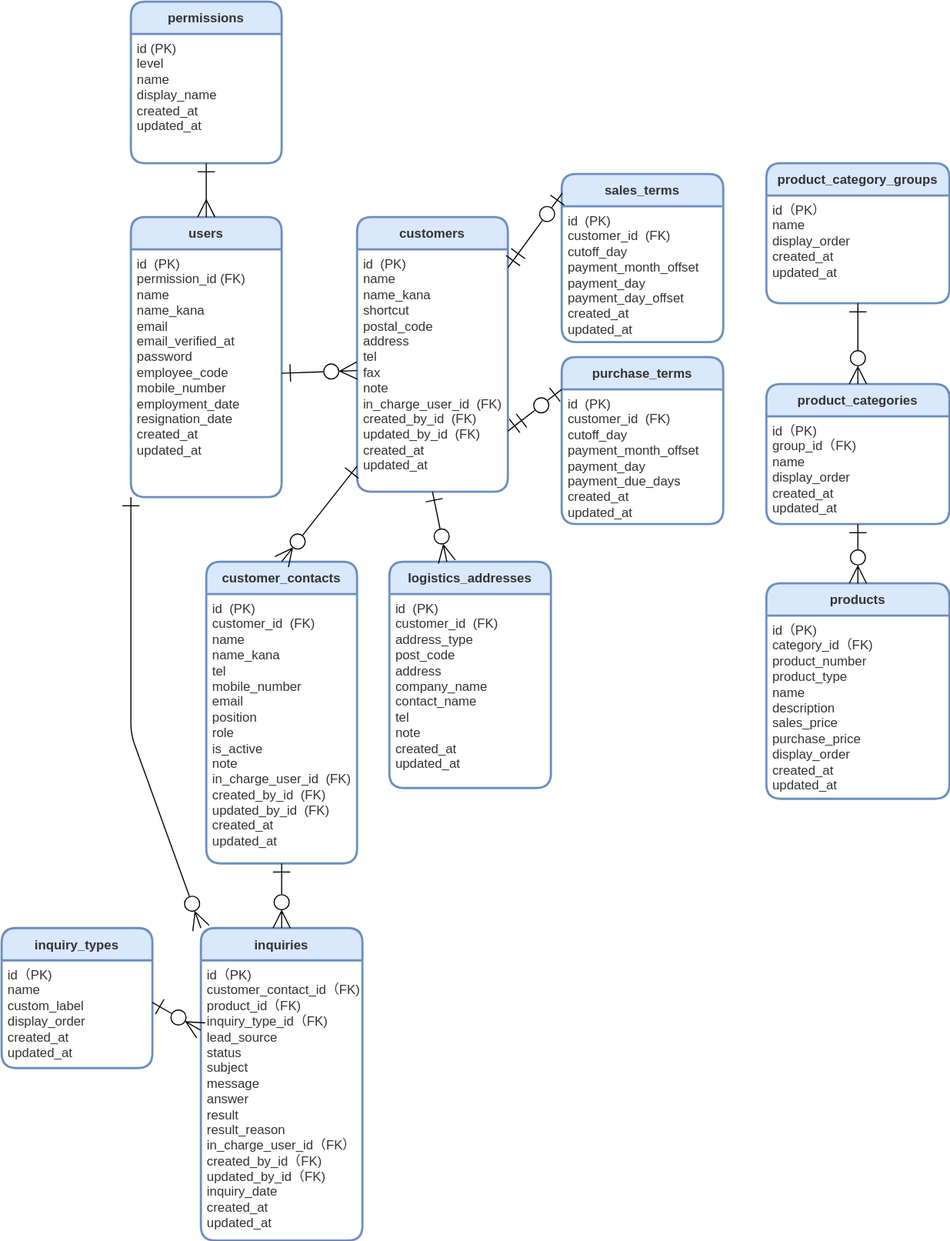
Before: src/docs/ER.drawio.svg, a diagram exported from draw.io (ryo-tom/flagship). Source tidied: cells renumbered, new cells last; positions are measured from the earlier drawing's top-left corner, leaving out a move shared by most shapes.
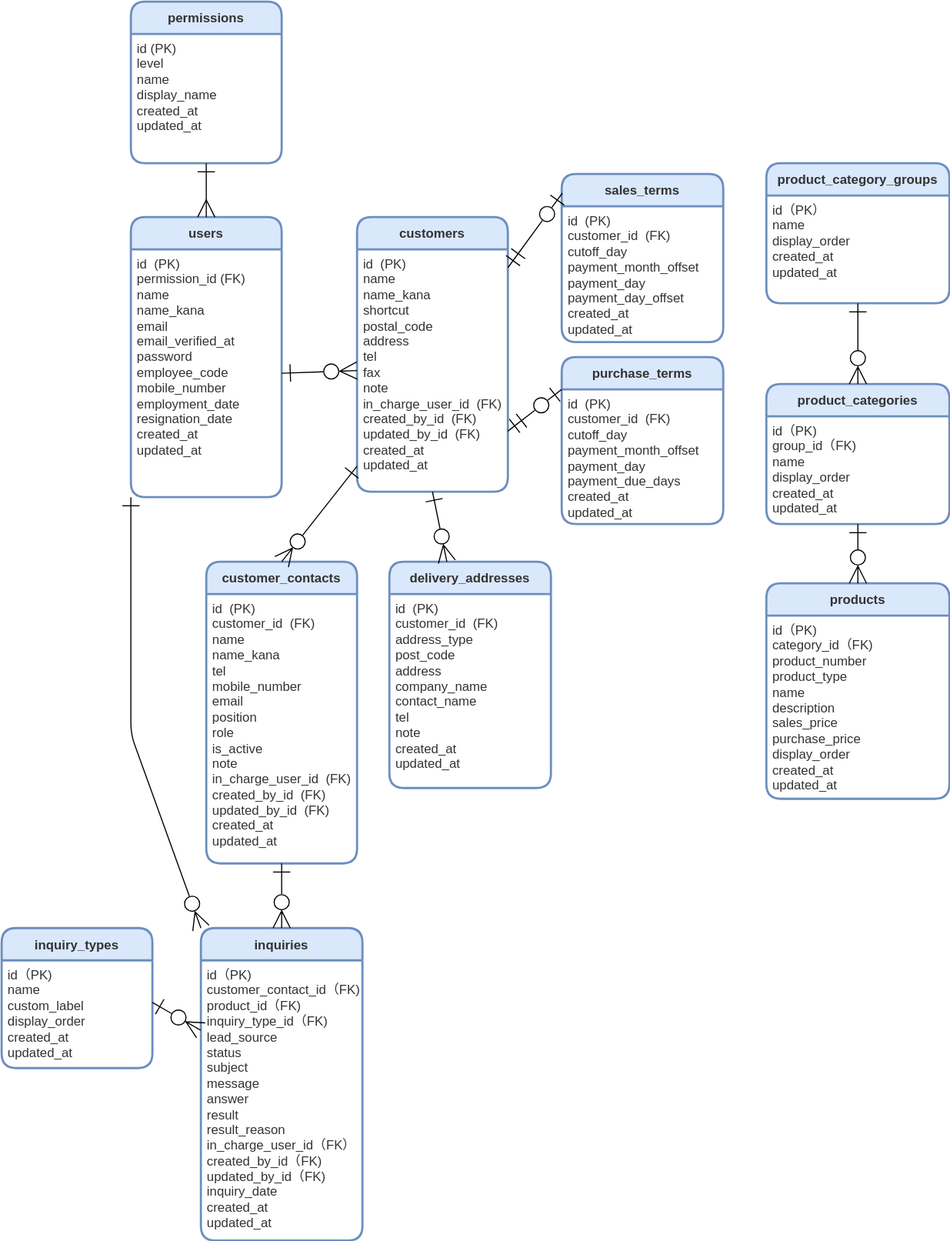
Above is the later version.

What changed in the source:
```diff
@@ -35,7 +35,7 @@
     <mxCell id="12" style="edgeStyle=none;shape=connector;rounded=1;jumpStyle=none;jumpSize=6;html=1;entryX=0.5;entryY=0;entryDx=0;entryDy=0;shadow=0;labelBackgroundColor=default;strokeColor=default;fontFamily=Helvetica;fontSize=12;fontColor=default;startArrow=ERone;startFill=0;endArrow=ERzeroToMany;endFill=0;startSize=14;endSize=14;targetPerimeterSpacing=0;verticalAlign=top;" parent="1" edge="1" source="8" target="10">
       <mxGeometry relative="1" as="geometry" />
     </mxCell>
-    <mxCell id="13" value="logistics_addresses" style="swimlane;horizontal=1;startSize=30;rounded=1;fontSize=12;fontStyle=1;strokeWidth=2;shadow=0;dashed=0;align=center;fillColor=#dae8fc;strokeColor=#6c8ebf;fontColor=#333333;labelBackgroundColor=none;gradientColor=none;swimlaneFillColor=#FFFFFF;verticalAlign=middle;" parent="1" vertex="1">
+    <mxCell id="13" value="delivery_addresses" style="swimlane;horizontal=1;startSize=30;rounded=1;fontSize=12;fontStyle=1;strokeWidth=2;shadow=0;dashed=0;align=center;fillColor=#dae8fc;strokeColor=#6c8ebf;fontColor=#333333;labelBackgroundColor=none;gradientColor=none;swimlaneFillColor=#FFFFFF;verticalAlign=middle;" parent="1" vertex="1">
       <mxGeometry x="360" y="520" width="150" height="210" as="geometry" />
     </mxCell>
     <mxCell id="14" value="&lt;font style=&quot;font-size: 12px;&quot;&gt;id&amp;nbsp;&amp;nbsp;(PK)&lt;br style=&quot;font-size: 12px;&quot;&gt;customer_id&amp;nbsp;&amp;nbsp;(FK)&lt;br style=&quot;font-size: 12px;&quot;&gt;address_type&lt;br style=&quot;font-size: 12px;&quot;&gt;post_code&lt;br style=&quot;font-size: 12px;&quot;&gt;address&lt;br style=&quot;font-size: 12px;&quot;&gt;company_name&lt;br style=&quot;font-size: 12px;&quot;&gt;contact_name&lt;br style=&quot;font-size: 12px;&quot;&gt;tel&lt;br style=&quot;font-size: 12px;&quot;&gt;note&lt;br style=&quot;font-size: 12px;&quot;&gt;created_at&lt;br style=&quot;font-size: 12px;&quot;&gt;updated_at&lt;/font&gt;" style="align=left;strokeColor=none;fillColor=none;spacingLeft=4;fontSize=12;verticalAlign=top;fontColor=#333333;html=1;" parent="13" vertex="1">
```
